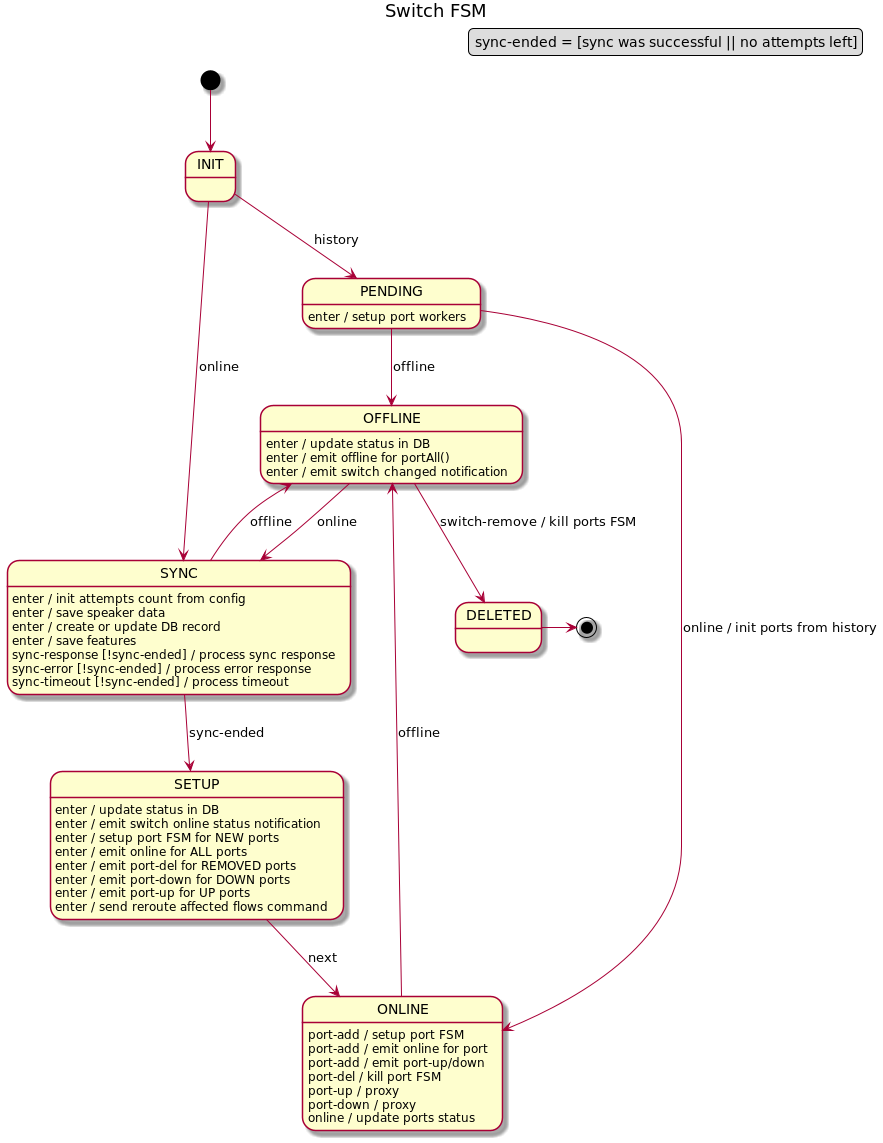
Above: docs/design/network-discovery/switch-FSM.png in telstra/open-kilda (PlantUML), before the change.
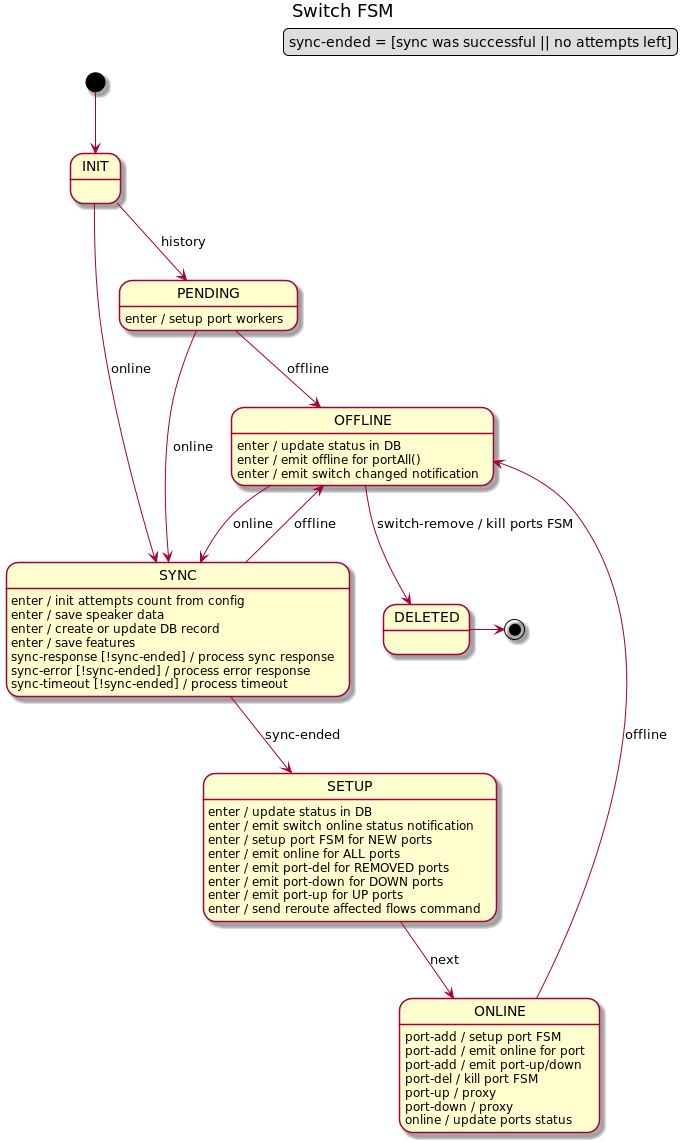
Later version of the same file.

Commit message:
Fix for bfd ports in b/g

Change to the diagram source:
```diff
@@ -11,7 +11,7 @@
 INIT --> PENDING : history
 
 PENDING : enter / setup port workers
-PENDING --> ONLINE : online / init ports from history
+PENDING --> SYNC : online
 PENDING --> OFFLINE : offline
 
 SYNC : enter / init attempts count from config
```
